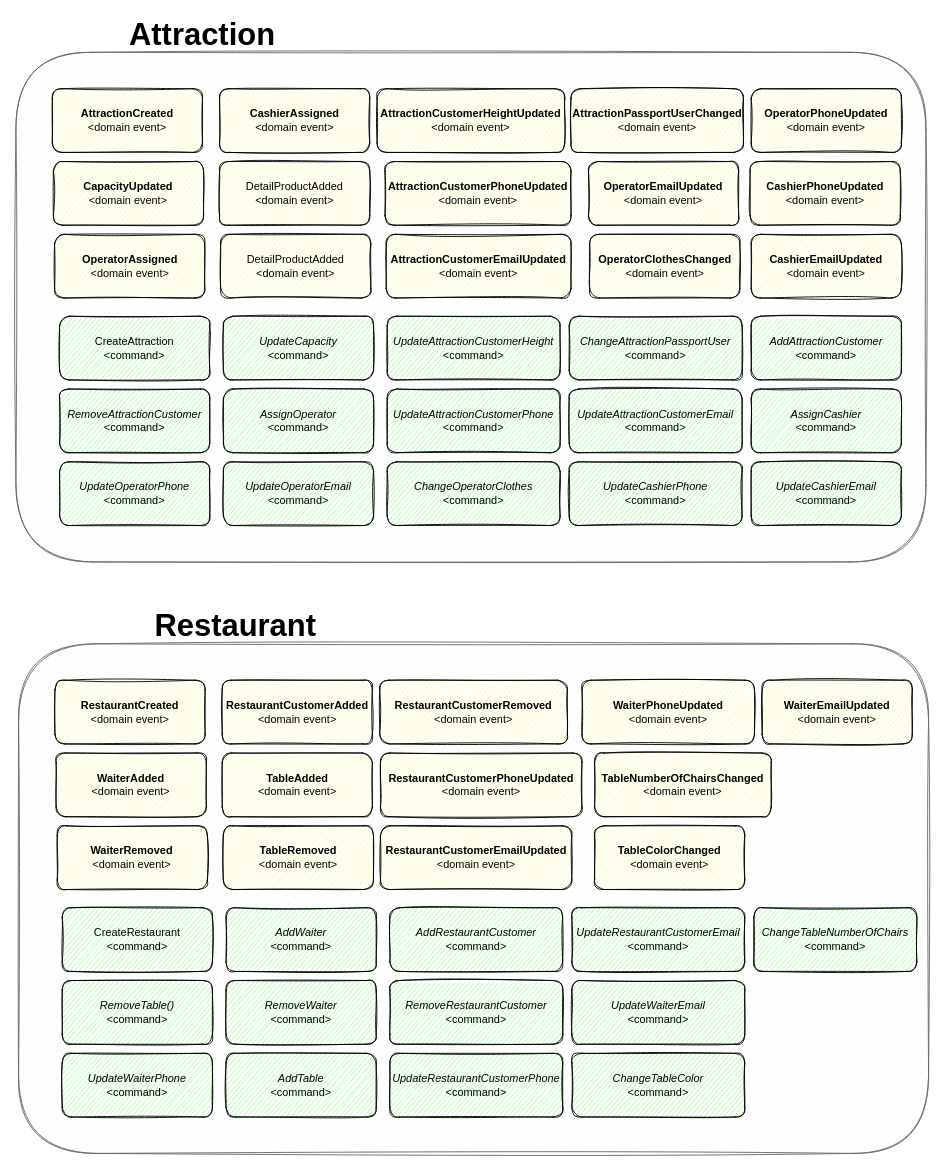
johnnycastro72/corparques keeps this draw.io diagram as page "DomainEvents" (4 of 4) of Corparques DM.drawio. Above is the earlier version. Source tidied: cells renumbered, new cells numbered last; positions are measured from the earlier drawing's top-left corner, leaving out a move shared by most shapes. Both pictures are drawn from the tidied source at 91%, with x=0, y=0 at pixel (15, 15).
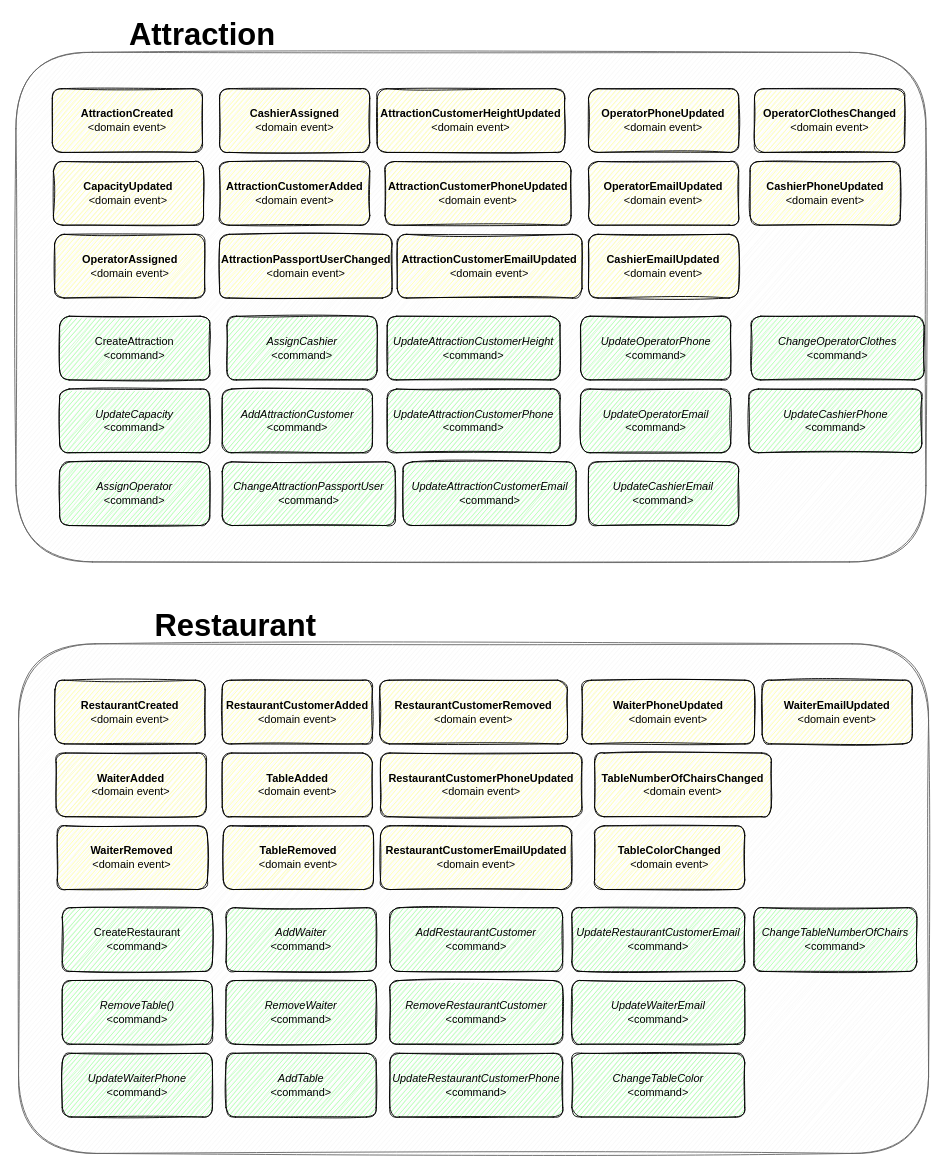
Above is the later version.

What changed in the source:
```diff
@@
     <mxCell id="7" value="&lt;span style=&quot;font-size: 12px; text-align: left; line-height: 0.7;&quot;&gt;&lt;span style=&quot;font-weight: 700;&quot;&gt;AttractionPassportUserChanged&lt;/span&gt;&lt;span style=&quot;&quot;&gt;&lt;br&gt;&lt;/span&gt;&amp;lt;domain event&amp;gt;&lt;br style=&quot;font-size: 12px;&quot;&gt;&lt;/span&gt;" style="rounded=1;whiteSpace=wrap;html=1;sketch=1;fontSize=12;fillColor=#FFFF99;" parent="1" vertex="1">
-      <mxGeometry x="610" y="80" width="189.5" height="70" as="geometry" />
+      <mxGeometry x="223.8" y="240" width="189.5" height="70" as="geometry" />
     </mxCell>
@@
-    <mxCell id="9" value="&lt;span style=&quot;font-size: 12px; text-align: left; line-height: 0.7;&quot;&gt;&lt;span style=&quot;&quot;&gt;DetailProductAdded&lt;/span&gt;&lt;span style=&quot;&quot;&gt;&lt;br&gt;&lt;/span&gt;&amp;lt;domain event&amp;gt;&lt;br style=&quot;font-size: 12px;&quot;&gt;&lt;/span&gt;" style="rounded=1;whiteSpace=wrap;html=1;sketch=1;fontSize=12;fillColor=#FFFF99;" parent="1" vertex="1">
-      <mxGeometry x="223.8" y="160" width="165" height="70" as="geometry" />
-    </mxCell>
@@
     <mxCell id="13" value="&lt;span style=&quot;font-size: 12px; text-align: left; line-height: 0.7;&quot;&gt;&lt;span style=&quot;font-style: italic;&quot;&gt;UpdateCapacity&lt;/span&gt;&lt;span style=&quot;&quot;&gt;&lt;br&gt;&lt;/span&gt;&amp;lt;command&amp;gt;&lt;br style=&quot;font-size: 12px;&quot;&gt;&lt;/span&gt;" style="rounded=1;whiteSpace=wrap;html=1;sketch=1;fontSize=12;fillColor=#99FF99;" parent="1" vertex="1">
-      <mxGeometry x="228" y="330" width="165" height="70" as="geometry" />
+      <mxGeometry x="48" y="410" width="165" height="70" as="geometry" />
     </mxCell>
     <mxCell id="14" value="&lt;span style=&quot;font-size: 12px; text-align: left; line-height: 0.7;&quot;&gt;&lt;span style=&quot;font-style: italic;&quot;&gt;AssignOperator&lt;/span&gt;&lt;span style=&quot;&quot;&gt;&lt;br&gt;&lt;/span&gt;&amp;lt;command&amp;gt;&lt;br style=&quot;font-size: 12px;&quot;&gt;&lt;/span&gt;" style="rounded=1;whiteSpace=wrap;html=1;sketch=1;fontSize=12;fillColor=#99FF99;" parent="1" vertex="1">
-      <mxGeometry x="228" y="410" width="165" height="70" as="geometry" />
+      <mxGeometry x="48" y="490" width="165" height="70" as="geometry" />
     </mxCell>
     <mxCell id="15" value="&lt;span style=&quot;font-size: 12px; text-align: left; line-height: 0.7;&quot;&gt;&lt;span style=&quot;font-style: italic;&quot;&gt;AssignCashier&lt;/span&gt;&lt;span style=&quot;&quot;&gt;&lt;br&gt;&lt;/span&gt;&amp;lt;command&amp;gt;&lt;br style=&quot;font-size: 12px;&quot;&gt;&lt;/span&gt;" style="rounded=1;whiteSpace=wrap;html=1;sketch=1;fontSize=12;fillColor=#99FF99;" parent="1" vertex="1">
-      <mxGeometry x="808" y="410" width="165" height="70" as="geometry" />
+      <mxGeometry x="231.9" y="330" width="165" height="70" as="geometry" />
     </mxCell>
-    <mxCell id="16" value="&lt;span style=&quot;font-size: 12px; text-align: left; line-height: 0.7;&quot;&gt;&lt;span style=&quot;font-style: italic;&quot;&gt;RemoveAttractionCustomer&lt;/span&gt;&lt;span style=&quot;&quot;&gt;&lt;br&gt;&lt;/span&gt;&amp;lt;command&amp;gt;&lt;br style=&quot;font-size: 12px;&quot;&gt;&lt;/span&gt;" style="rounded=1;whiteSpace=wrap;html=1;sketch=1;fontSize=12;fillColor=#99FF99;" parent="1" vertex="1">
-      <mxGeometry x="48" y="410" width="165" height="70" as="geometry" />
-    </mxCell>
@@
     <mxCell id="18" value="&lt;span style=&quot;font-size: 12px; text-align: left; line-height: 0.7;&quot;&gt;&lt;span style=&quot;font-style: italic;&quot;&gt;UpdateAttractionCustomerEmail&lt;/span&gt;&lt;span style=&quot;&quot;&gt;&lt;br&gt;&lt;/span&gt;&amp;lt;command&amp;gt;&lt;br style=&quot;font-size: 12px;&quot;&gt;&lt;/span&gt;" style="rounded=1;whiteSpace=wrap;html=1;sketch=1;fontSize=12;fillColor=#99FF99;" parent="1" vertex="1">
-      <mxGeometry x="608" y="410" width="190" height="70" as="geometry" />
+      <mxGeometry x="425.5" y="490" width="190" height="70" as="geometry" />
     </mxCell>
@@
     <mxCell id="20" value="&lt;span style=&quot;font-size: 12px; text-align: left; line-height: 0.7;&quot;&gt;&lt;span style=&quot;font-style: italic;&quot;&gt;AddAttractionCustomer&lt;/span&gt;&lt;span style=&quot;&quot;&gt;&lt;br&gt;&lt;/span&gt;&amp;lt;command&amp;gt;&lt;br style=&quot;font-size: 12px;&quot;&gt;&lt;/span&gt;" style="rounded=1;whiteSpace=wrap;html=1;sketch=1;fontSize=12;fillColor=#99FF99;" parent="1" vertex="1">
-      <mxGeometry x="808" y="330" width="165" height="70" as="geometry" />
+      <mxGeometry x="226.7" y="410" width="165" height="70" as="geometry" />
     </mxCell>
     <mxCell id="21" value="&lt;span style=&quot;font-size: 12px; text-align: left; line-height: 0.7;&quot;&gt;&lt;span style=&quot;font-style: italic;&quot;&gt;ChangeAttractionPassportUser&lt;/span&gt;&lt;span style=&quot;&quot;&gt;&lt;br&gt;&lt;/span&gt;&amp;lt;command&amp;gt;&lt;br style=&quot;font-size: 12px;&quot;&gt;&lt;/span&gt;" style="rounded=1;whiteSpace=wrap;html=1;sketch=1;fontSize=12;fillColor=#99FF99;" parent="1" vertex="1">
-      <mxGeometry x="608" y="330" width="190" height="70" as="geometry" />
+      <mxGeometry x="226.7" y="490" width="190" height="70" as="geometry" />
     </mxCell>
     <mxCell id="22" value="&lt;span style=&quot;font-size: 12px; text-align: left; line-height: 0.7;&quot;&gt;&lt;span style=&quot;font-style: italic;&quot;&gt;UpdateOperatorEmail&lt;/span&gt;&lt;span style=&quot;&quot;&gt;&lt;br&gt;&lt;/span&gt;&amp;lt;command&amp;gt;&lt;br style=&quot;font-size: 12px;&quot;&gt;&lt;/span&gt;" style="rounded=1;whiteSpace=wrap;html=1;sketch=1;fontSize=12;fillColor=#99FF99;" parent="1" vertex="1">
-      <mxGeometry x="228" y="490" width="165" height="70" as="geometry" />
+      <mxGeometry x="620.5" y="410" width="165" height="70" as="geometry" />
     </mxCell>
     <mxCell id="23" value="&lt;span style=&quot;font-size: 12px; text-align: left; line-height: 0.7;&quot;&gt;&lt;span style=&quot;font-style: italic;&quot;&gt;UpdateCashierEmail&lt;/span&gt;&lt;span style=&quot;&quot;&gt;&lt;br&gt;&lt;/span&gt;&amp;lt;command&amp;gt;&lt;br style=&quot;font-size: 12px;&quot;&gt;&lt;/span&gt;" style="rounded=1;whiteSpace=wrap;html=1;sketch=1;fontSize=12;fillColor=#99FF99;" parent="1" vertex="1">
-      <mxGeometry x="808" y="490" width="165" height="70" as="geometry" />
+      <mxGeometry x="629.2" y="490" width="165" height="70" as="geometry" />
     </mxCell>
     <mxCell id="24" value="&lt;span style=&quot;font-size: 12px; text-align: left; line-height: 0.7;&quot;&gt;&lt;span style=&quot;font-style: italic;&quot;&gt;UpdateOperatorPhone&lt;/span&gt;&lt;span style=&quot;&quot;&gt;&lt;br&gt;&lt;/span&gt;&amp;lt;command&amp;gt;&lt;br style=&quot;font-size: 12px;&quot;&gt;&lt;/span&gt;" style="rounded=1;whiteSpace=wrap;html=1;sketch=1;fontSize=12;fillColor=#99FF99;" parent="1" vertex="1">
-      <mxGeometry x="48" y="490" width="165" height="70" as="geometry" />
+      <mxGeometry x="620.5" y="330" width="165" height="70" as="geometry" />
     </mxCell>
     <mxCell id="25" value="&lt;span style=&quot;font-size: 12px; text-align: left; line-height: 0.7;&quot;&gt;&lt;span style=&quot;font-style: italic;&quot;&gt;UpdateCashierPhone&lt;/span&gt;&lt;span style=&quot;&quot;&gt;&lt;br&gt;&lt;/span&gt;&amp;lt;command&amp;gt;&lt;br style=&quot;font-size: 12px;&quot;&gt;&lt;/span&gt;" style="rounded=1;whiteSpace=wrap;html=1;sketch=1;fontSize=12;fillColor=#99FF99;" parent="1" vertex="1">
-      <mxGeometry x="608" y="490" width="190" height="70" as="geometry" />
+      <mxGeometry x="805.5" y="410" width="190" height="70" as="geometry" />
     </mxCell>
     <mxCell id="26" value="&lt;span style=&quot;font-size: 12px; text-align: left; line-height: 0.7;&quot;&gt;&lt;span style=&quot;font-style: italic;&quot;&gt;ChangeOperatorClothes&lt;/span&gt;&lt;span style=&quot;&quot;&gt;&lt;br&gt;&lt;/span&gt;&amp;lt;command&amp;gt;&lt;br style=&quot;font-size: 12px;&quot;&gt;&lt;/span&gt;" style="rounded=1;whiteSpace=wrap;html=1;sketch=1;fontSize=12;fillColor=#99FF99;" parent="1" vertex="1">
-      <mxGeometry x="408" y="490" width="190" height="70" as="geometry" />
+      <mxGeometry x="808" y="330" width="190" height="70" as="geometry" />
     </mxCell>
     <mxCell id="27" value="&lt;span style=&quot;font-size: 12px; text-align: left; line-height: 0.7;&quot;&gt;&lt;span style=&quot;font-weight: 700;&quot;&gt;OperatorPhoneUpdated&lt;/span&gt;&lt;span style=&quot;&quot;&gt;&lt;br&gt;&lt;/span&gt;&amp;lt;domain event&amp;gt;&lt;br style=&quot;font-size: 12px;&quot;&gt;&lt;/span&gt;" style="rounded=1;whiteSpace=wrap;html=1;sketch=1;fontSize=12;fillColor=#FFFF99;" parent="1" vertex="1">
-      <mxGeometry x="808" y="80" width="165" height="70" as="geometry" />
+      <mxGeometry x="629.2" y="80" width="165" height="70" as="geometry" />
     </mxCell>
@@
-    <mxCell id="30" value="&lt;span style=&quot;font-size: 12px; text-align: left; line-height: 0.7;&quot;&gt;&lt;span style=&quot;&quot;&gt;DetailProductAdded&lt;/span&gt;&lt;span style=&quot;&quot;&gt;&lt;br&gt;&lt;/span&gt;&amp;lt;domain event&amp;gt;&lt;br style=&quot;font-size: 12px;&quot;&gt;&lt;/span&gt;" style="rounded=1;whiteSpace=wrap;html=1;sketch=1;fontSize=12;fillColor=#FFFF99;" parent="1" vertex="1">
-      <mxGeometry x="225" y="240" width="165" height="70" as="geometry" />
-    </mxCell>
     <mxCell id="31" value="&lt;span style=&quot;font-size: 12px; text-align: left; line-height: 0.7;&quot;&gt;&lt;span style=&quot;font-weight: 700;&quot;&gt;AttractionCustomerEmailUpdated&lt;/span&gt;&lt;span style=&quot;&quot;&gt;&lt;br&gt;&lt;/span&gt;&amp;lt;domain event&amp;gt;&lt;br style=&quot;font-size: 12px;&quot;&gt;&lt;/span&gt;" style="rounded=1;whiteSpace=wrap;html=1;sketch=1;fontSize=12;fillColor=#FFFF99;" parent="1" vertex="1">
-      <mxGeometry x="406.9" y="240" width="203.1" height="70" as="geometry" />
+      <mxGeometry x="419" y="240" width="203.1" height="70" as="geometry" />
     </mxCell>
     <mxCell id="32" value="&lt;span style=&quot;font-size: 12px; text-align: left; line-height: 0.7;&quot;&gt;&lt;span style=&quot;font-weight: 700;&quot;&gt;OperatorClothesChanged&lt;/span&gt;&lt;span style=&quot;&quot;&gt;&lt;br&gt;&lt;/span&gt;&amp;lt;domain event&amp;gt;&lt;br style=&quot;font-size: 12px;&quot;&gt;&lt;/span&gt;" style="rounded=1;whiteSpace=wrap;html=1;sketch=1;fontSize=12;fillColor=#FFFF99;" parent="1" vertex="1">
-      <mxGeometry x="630.5" y="240" width="165" height="70" as="geometry" />
+      <mxGeometry x="811.6" y="80" width="165" height="70" as="geometry" />
     </mxCell>
     <mxCell id="33" value="&lt;span style=&quot;font-size: 12px; text-align: left; line-height: 0.7;&quot;&gt;&lt;span style=&quot;font-weight: 700;&quot;&gt;CashierEmailUpdated&lt;/span&gt;&lt;span style=&quot;&quot;&gt;&lt;br&gt;&lt;/span&gt;&amp;lt;domain event&amp;gt;&lt;br style=&quot;font-size: 12px;&quot;&gt;&lt;/span&gt;" style="rounded=1;whiteSpace=wrap;html=1;sketch=1;fontSize=12;fillColor=#FFFF99;" parent="1" vertex="1">
-      <mxGeometry x="808" y="240" width="165" height="70" as="geometry" />
+      <mxGeometry x="629.2" y="240" width="165" height="70" as="geometry" />
     </mxCell>
@@
+    <mxCell id="62" value="&lt;span style=&quot;font-size: 12px; text-align: left; line-height: 0.7;&quot;&gt;&lt;span style=&quot;font-weight: 700;&quot;&gt;AttractionCustomerAdded&lt;/span&gt;&lt;span style=&quot;&quot;&gt;&lt;br&gt;&lt;/span&gt;&amp;lt;domain event&amp;gt;&lt;br style=&quot;font-size: 12px;&quot;&gt;&lt;/span&gt;" style="rounded=1;whiteSpace=wrap;html=1;sketch=1;fontSize=12;fillColor=#FFFF99;" parent="1" vertex="1">
+      <mxGeometry x="223.8" y="160" width="165" height="70" as="geometry" />
+    </mxCell>
```
